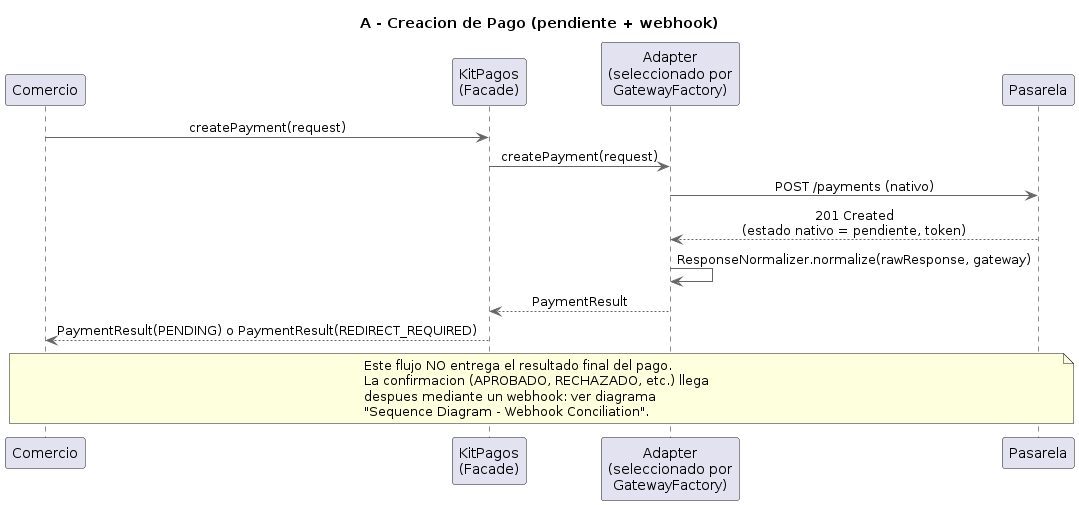
Earlier version of the PlantUML export docs/architecture/SDK/Sequence Diagram - Payment Creation.png (PurosBrothers/Kit-Pagos-Colombia---Tesis).
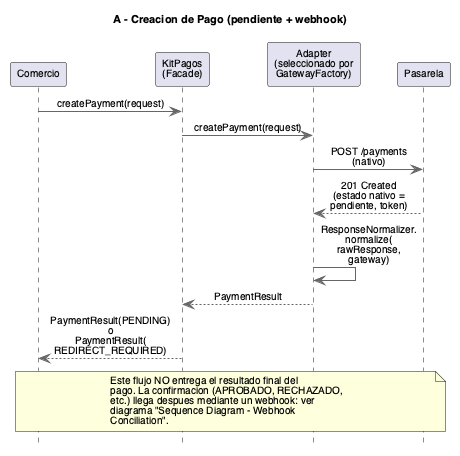
Above is the later version.

Change to the diagram source:
```diff
@@ -1,6 +1,18 @@
-@startuml
+@startuml Sequence Diagram - Payment Creation
 title A - Creacion de Pago (pendiente + webhook)
 skinparam backgroundColor white
+skinparam defaultFontName Helvetica
+skinparam defaultFontSize 10
+skinparam titleFontSize 11
+skinparam ParticipantFontSize 10
+skinparam ActorFontSize 10
+skinparam ArrowFontSize 10
+skinparam NoteFontSize 10
+skinparam SequenceGroupFontSize 10
+skinparam SequenceGroupHeaderFontSize 10
+skinparam SequenceDividerFontSize 10
+skinparam maxMessageSize 90
+hide footbox
 skinparam sequenceMessageAlign center
 skinparam ArrowColor #666666
 skinparam LifeLineBorderColor #666666
@@ -14,14 +26,16 @@
 Facade -> Adapter : createPayment(request)
 Adapter -> Pasarela : POST /payments (nativo)
 Pasarela --> Adapter : 201 Created\n(estado nativo = pendiente, token)
-Adapter -> Adapter : ResponseNormalizer.normalize(rawResponse, gateway)
+Adapter -> Adapter : ResponseNormalizer.\nnormalize(\nrawResponse,\ngateway)
 Adapter --> Facade : PaymentResult
-Facade --> Comercio : PaymentResult(PENDING) o PaymentResult(REDIRECT_REQUIRED)
+Facade --> Comercio : PaymentResult(PENDING) o\nPaymentResult(\nREDIRECT_REQUIRED)
 
 note over Comercio, Pasarela
-  Este flujo NO entrega el resultado final del pago.
-  La confirmacion (APROBADO, RECHAZADO, etc.) llega
-  despues mediante un webhook: ver diagrama
-  "Sequence Diagram - Webhook Conciliation".
+  Este flujo NO entrega el resultado final del
+  pago. La confirmacion (APROBADO, RECHAZADO,
+  etc.) llega despues mediante un webhook: ver
+  diagrama "Sequence Diagram - Webhook
+  Conciliation".
 end note
+
 @enduml
```
